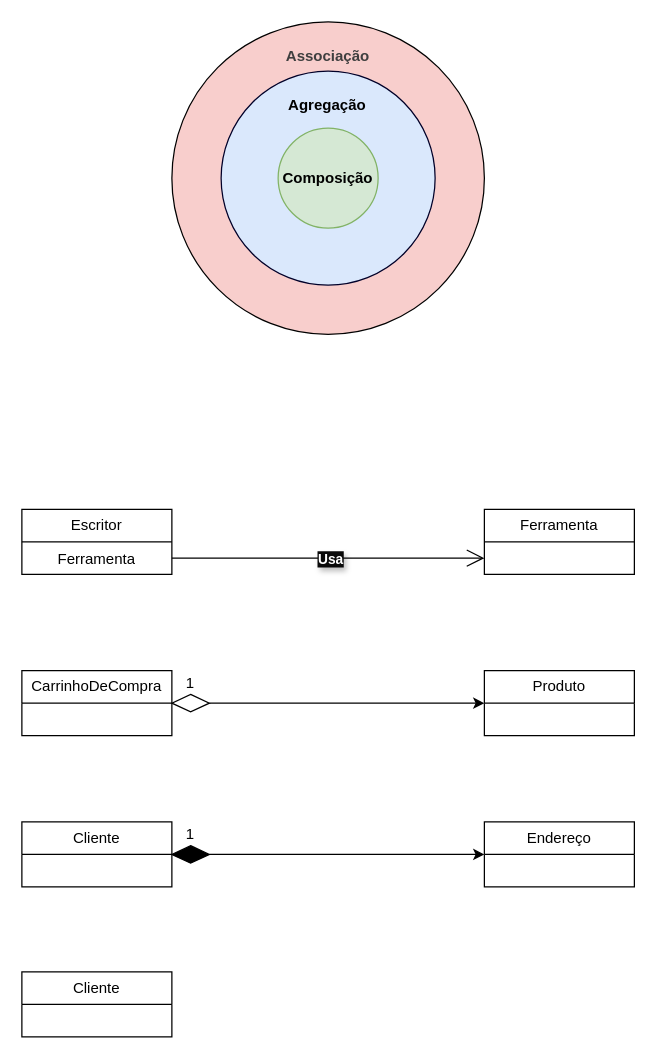
The draw.io diagram Secao_3_Introducao_a_Programacao_Orientada_a_Objetos_em_Python/Codigo_176.drawio in JoaoAugustoColassoHandocha/Codigos_Aulas_Curso_de_Python_3_do_basico_ao_avancado, before the edit. Source tidied: cells renumbered, new cells numbered last; positions are measured from the earlier drawing's top-left corner, leaving out a move shared by most shapes. Both pictures are drawn from the tidied source at 125%, with x=0, y=0 at pixel (21, 21).
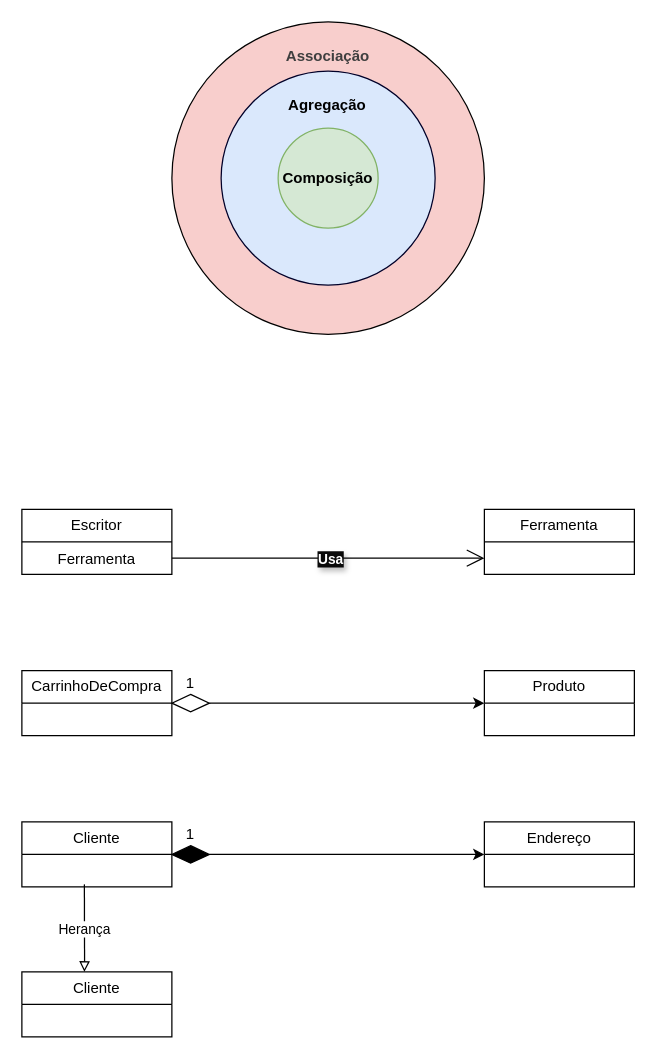
After the change.

Unchanged cells that the change refers to:
```xml
<mxCell id="18" value="Cliente" style="swimlane;fontStyle=0;horizontal=1;startSize=26;fillColor=none;whiteSpace=wrap;html=1;" parent="1" vertex="1">
  <mxGeometry y="640" width="120" height="52" as="geometry" />
</mxCell>
<mxCell id="22" value="Cliente" style="swimlane;fontStyle=0;horizontal=1;startSize=26;fillColor=none;whiteSpace=wrap;html=1;" parent="1" vertex="1">
  <mxGeometry y="760" width="120" height="52" as="geometry" />
</mxCell>
```

Diff of the diagram source:
```diff
@@
+    <mxCell id="23" style="html=1;labelBackgroundColor=#ffffff;jettySize=auto;fontSize=14;rounded=0;jumpStyle=gap;edgeStyle=orthogonalEdgeStyle;startArrow=none;endArrow=block;endFill=0;strokeWidth=1;entryX=0.417;entryY=0;entryDx=0;entryDy=0;entryPerimeter=0;" parent="18" edge="1" target="22">
+      <mxGeometry relative="1" as="geometry">
+        <mxPoint x="50" y="50" as="sourcePoint" />
+      </mxGeometry>
+    </mxCell>
+    <mxCell id="24" value="Herança" style="edgeLabel;html=1;align=center;verticalAlign=middle;" parent="23" vertex="1">
+      <mxGeometry x="0.02" y="2" relative="1" as="geometry">
+        <mxPoint x="-2" as="offset" />
+      </mxGeometry>
+    </mxCell>
```
